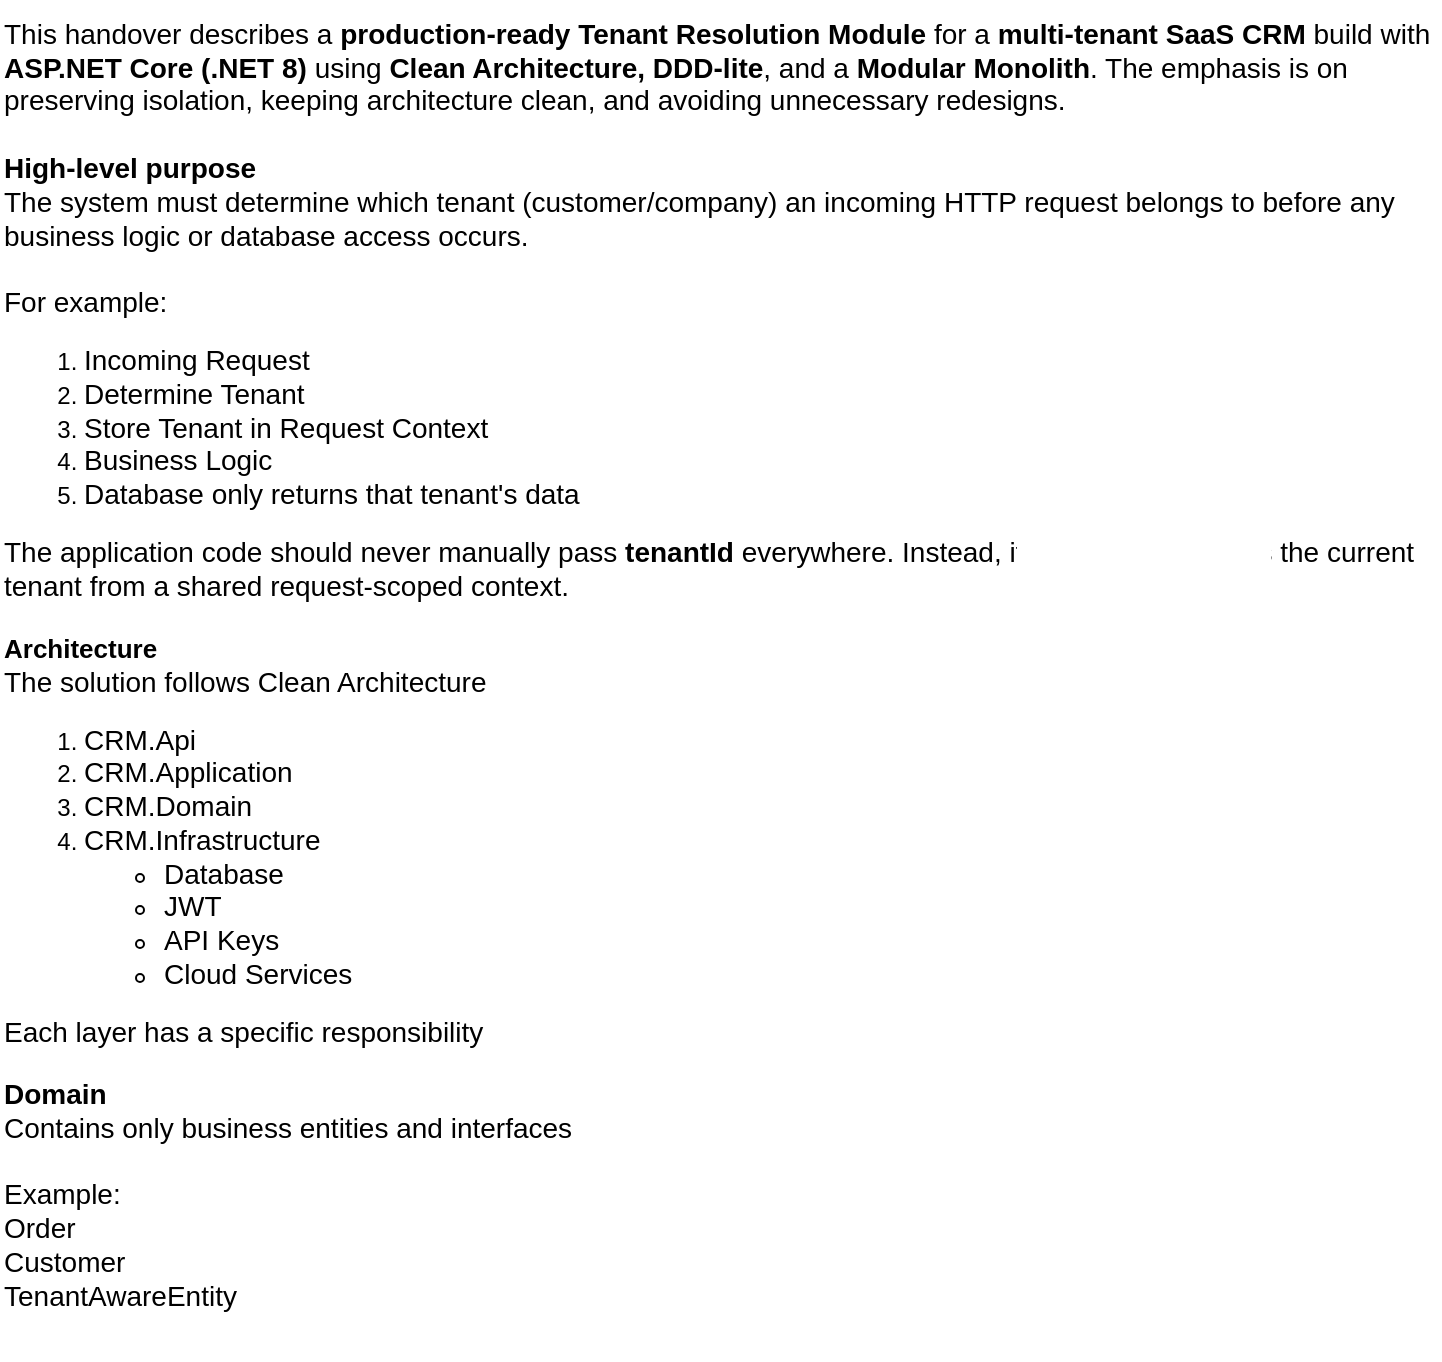
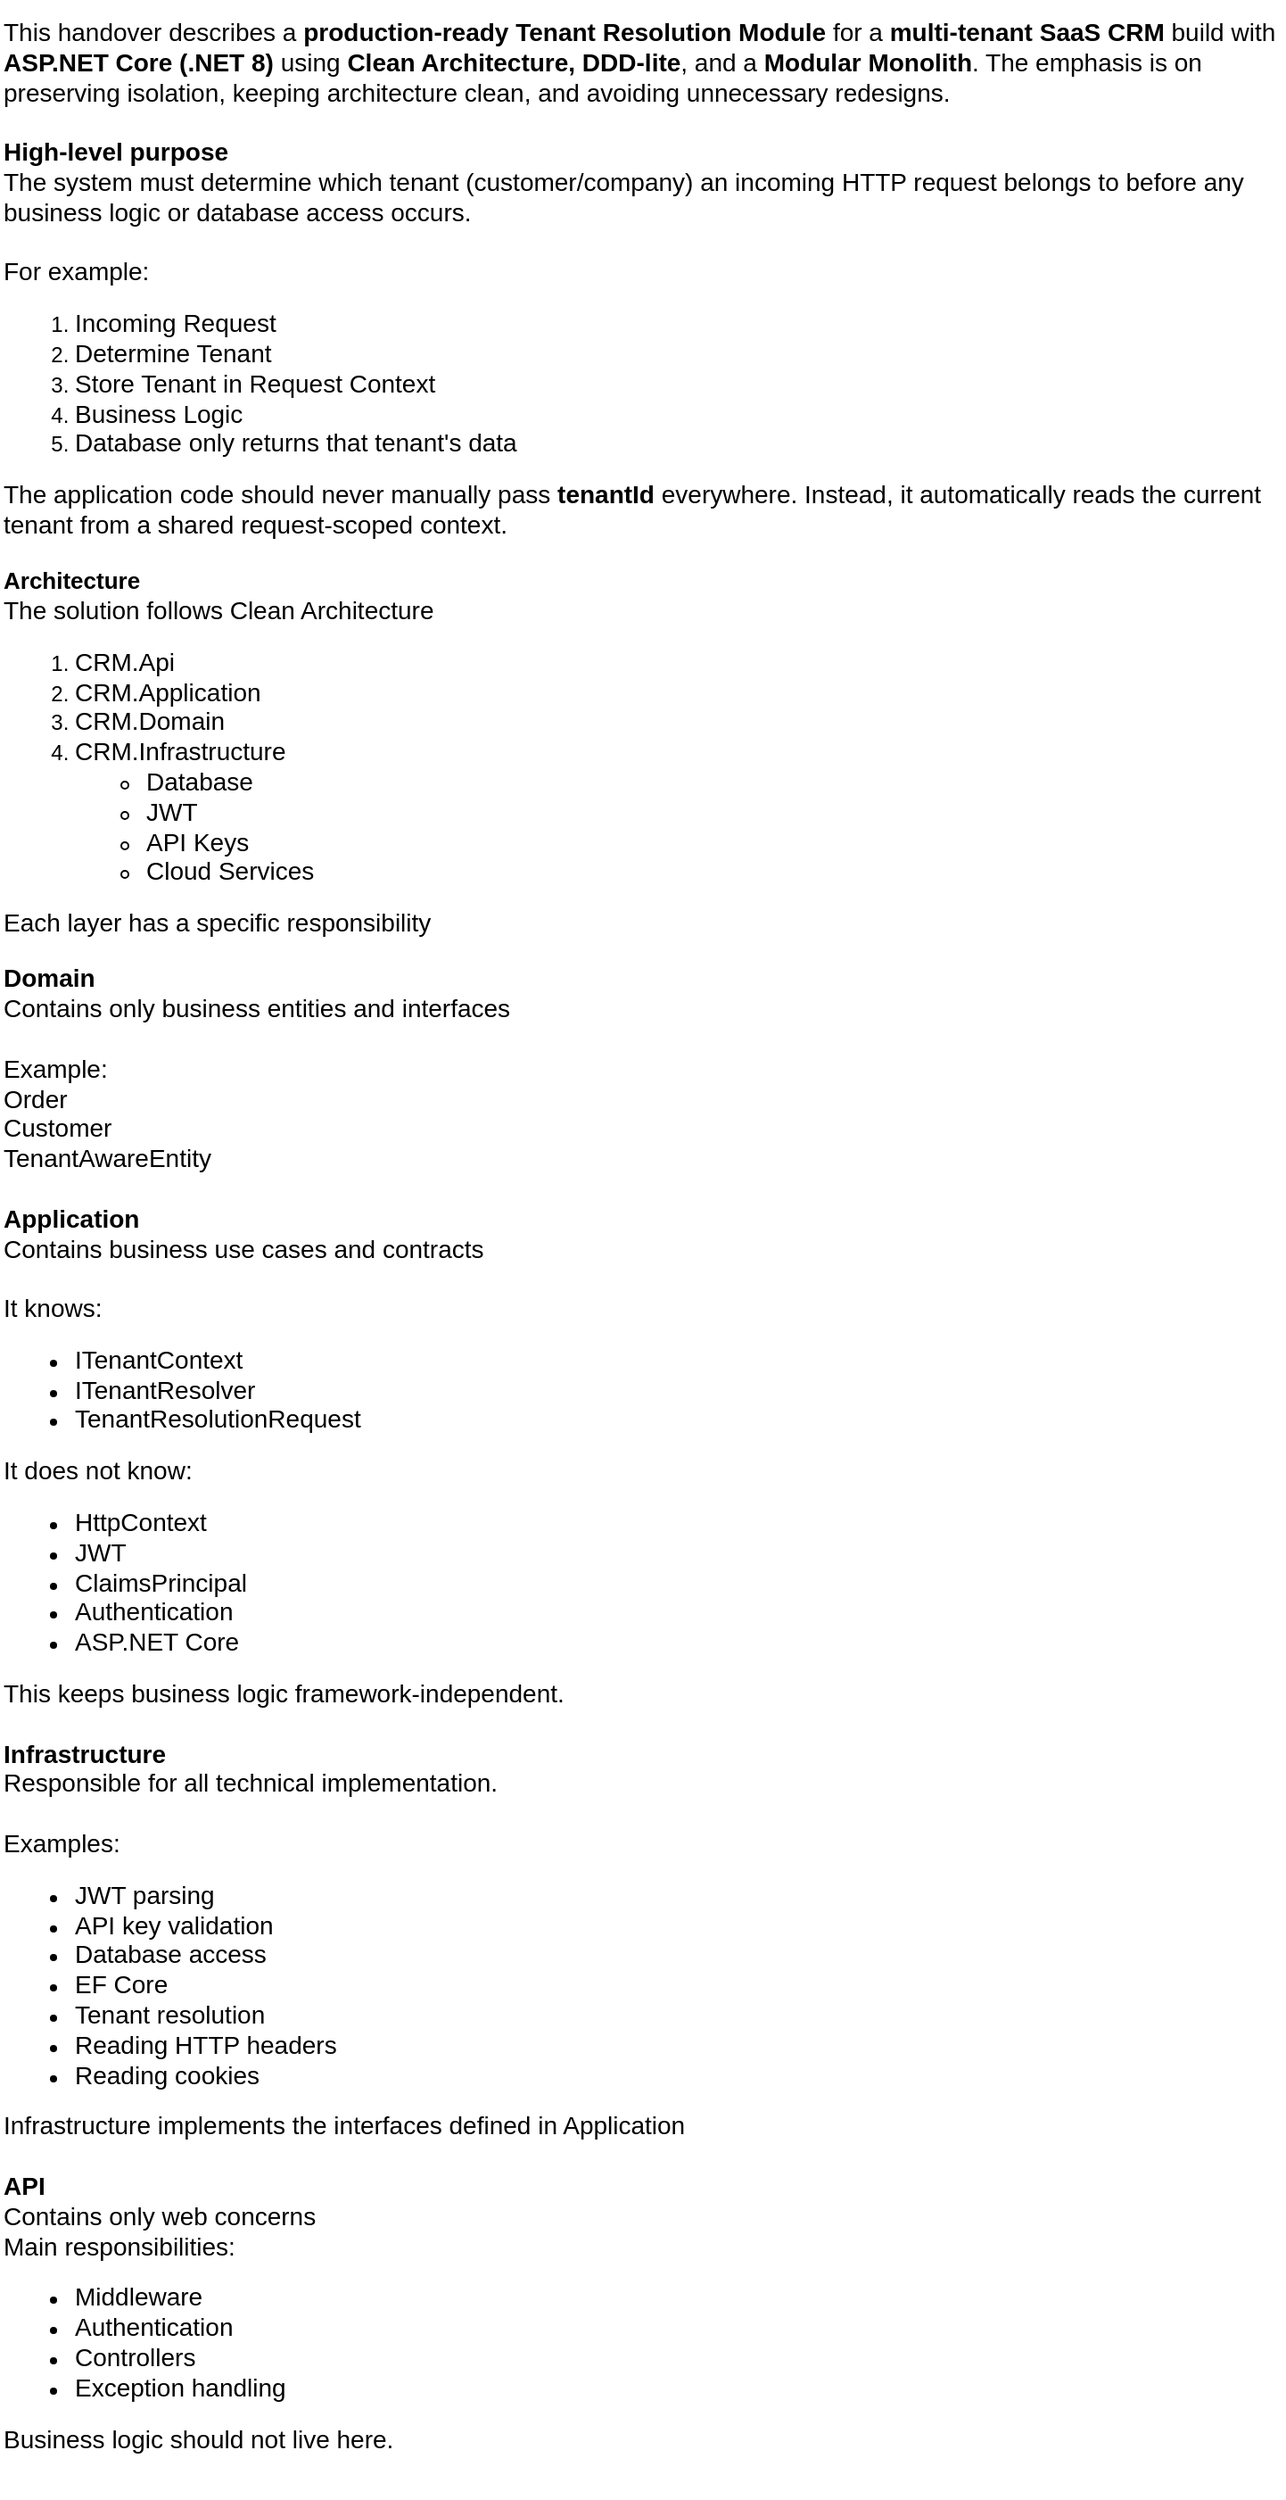
<mxfile host="app.diagrams.net">
  <diagram name="Page-1" id="CElwATwhmrqS2UhVftOB">
    <mxGraphModel dx="2691" dy="700" grid="1" gridSize="10" guides="1" tooltips="1" connect="1" arrows="1" fold="1" page="1" pageScale="1" pageWidth="850" pageHeight="1100" math="0" shadow="0">
      <root>
        <mxCell id="0" />
        <mxCell id="1" parent="0" />
-         <mxCell id="dD3OxyqSIHmNCJqEZoo5-2" parent="1" style="text;html=1;whiteSpace=wrap;strokeColor=none;fillColor=none;align=left;verticalAlign=middle;rounded=0;labelPosition=center;verticalLabelPosition=middle;" value="&lt;div&gt;&lt;font style=&quot;font-size: 14px;&quot;&gt;This handover describes a &lt;b&gt;production-ready Tenant Resolution Module&lt;/b&gt; for a &lt;b&gt;multi-tenant SaaS CRM&lt;/b&gt; build with &lt;b&gt;ASP.NET Core (.NET 8)&lt;/b&gt; using &lt;b&gt;Clean Architecture, DDD-lite&lt;/b&gt;, and a &lt;b&gt;Modular Monolith&lt;/b&gt;. The emphasis is on preserving isolation, keeping architecture clean, and avoiding unnecessary redesigns.&lt;/font&gt;&lt;/div&gt;&lt;div&gt;&lt;font style=&quot;font-size: 14px;&quot;&gt;&lt;br&gt;&lt;/font&gt;&lt;/div&gt;&lt;div&gt;&lt;font style=&quot;font-size: 14px;&quot;&gt;&lt;b&gt;High-level purpose&lt;/b&gt;&lt;/font&gt;&lt;/div&gt;&lt;div&gt;&lt;font style=&quot;font-size: 14px;&quot;&gt;The system must determine which tenant (customer/company) an incoming HTTP request belongs to before any business logic or database access occurs.&lt;/font&gt;&lt;/div&gt;&lt;div&gt;&lt;font style=&quot;font-size: 14px;&quot;&gt;&lt;br&gt;&lt;/font&gt;&lt;/div&gt;&lt;div&gt;&lt;font style=&quot;font-size: 14px;&quot;&gt;For example:&lt;/font&gt;&lt;/div&gt;&lt;div&gt;&lt;ol&gt;&lt;li&gt;&lt;font style=&quot;font-size: 14px;&quot;&gt;Incoming Request&lt;/font&gt;&lt;/li&gt;&lt;li&gt;&lt;font style=&quot;font-size: 14px;&quot;&gt;Determine Tenant&amp;nbsp;&lt;/font&gt;&lt;/li&gt;&lt;li&gt;&lt;font style=&quot;font-size: 14px;&quot;&gt;Store Tenant in Request Context&lt;/font&gt;&lt;/li&gt;&lt;li&gt;&lt;font style=&quot;font-size: 14px;&quot;&gt;Business Logic&lt;/font&gt;&lt;/li&gt;&lt;li&gt;&lt;font style=&quot;font-size: 14px;&quot;&gt;Database only returns that tenant&#39;s data&lt;/font&gt;&lt;/li&gt;&lt;/ol&gt;&lt;div&gt;&lt;font style=&quot;font-size: 14px;&quot;&gt;The application code should never manually pass &lt;b&gt;tenantId &lt;/b&gt;everywhere. Instead, it automatically reads the current tenant from a shared request-scoped context.&lt;/font&gt;&lt;/div&gt;&lt;div&gt;&lt;font style=&quot;font-size: 13px;&quot;&gt;&lt;br&gt;&lt;/font&gt;&lt;/div&gt;&lt;div&gt;&lt;font style=&quot;font-size: 13px;&quot;&gt;&lt;b&gt;Architecture&amp;nbsp;&lt;/b&gt;&lt;/font&gt;&lt;/div&gt;&lt;div&gt;&lt;font style=&quot;font-size: 14px;&quot;&gt;The solution follows Clean Architecture&lt;/font&gt;&lt;/div&gt;&lt;div&gt;&lt;ol&gt;&lt;li&gt;&lt;font style=&quot;font-size: 14px;&quot;&gt;CRM.Api&amp;nbsp;&lt;/font&gt;&lt;/li&gt;&lt;li&gt;&lt;font style=&quot;font-size: 14px;&quot;&gt;CRM.Application&lt;/font&gt;&lt;/li&gt;&lt;li&gt;&lt;font style=&quot;font-size: 14px;&quot;&gt;CRM.Domain&lt;/font&gt;&lt;/li&gt;&lt;li&gt;&lt;font style=&quot;font-size: 14px;&quot;&gt;CRM.Infrastructure&lt;/font&gt;&lt;/li&gt;&lt;ul&gt;&lt;li&gt;&lt;font style=&quot;font-size: 14px;&quot;&gt;Database&lt;/font&gt;&lt;/li&gt;&lt;li&gt;&lt;font style=&quot;font-size: 14px;&quot;&gt;JWT&lt;/font&gt;&lt;/li&gt;&lt;li&gt;&lt;font style=&quot;font-size: 14px;&quot;&gt;API Keys&lt;/font&gt;&lt;/li&gt;&lt;li&gt;&lt;font style=&quot;font-size: 14px;&quot;&gt;Cloud Services&lt;/font&gt;&lt;/li&gt;&lt;/ul&gt;&lt;/ol&gt;&lt;div&gt;&lt;font style=&quot;font-size: 14px;&quot;&gt;Each layer has a specific responsibility&lt;/font&gt;&lt;/div&gt;&lt;div&gt;&lt;br&gt;&lt;/div&gt;&lt;div&gt;&lt;font style=&quot;font-size: 14px;&quot;&gt;&lt;b&gt;Domain&amp;nbsp;&lt;/b&gt;&lt;/font&gt;&lt;/div&gt;&lt;div&gt;&lt;font style=&quot;font-size: 14px;&quot;&gt;Contains only business entities and interfaces&lt;/font&gt;&lt;/div&gt;&lt;div&gt;&lt;font style=&quot;font-size: 14px;&quot;&gt;&lt;br&gt;&lt;/font&gt;&lt;/div&gt;&lt;div&gt;&lt;font style=&quot;font-size: 14px;&quot;&gt;Example:&lt;/font&gt;&lt;/div&gt;&lt;div&gt;&lt;font style=&quot;font-size: 14px;&quot;&gt;Order&lt;/font&gt;&lt;/div&gt;&lt;div&gt;&lt;font style=&quot;font-size: 14px;&quot;&gt;Customer&amp;nbsp;&lt;/font&gt;&lt;/div&gt;&lt;div&gt;&lt;font style=&quot;font-size: 14px;&quot;&gt;TenantAwareEntity&lt;/font&gt;&lt;/div&gt;&lt;/div&gt;&lt;/div&gt;&lt;div&gt;&lt;font style=&quot;font-size: 13px;&quot;&gt;&lt;br&gt;&lt;/font&gt;&lt;/div&gt;" vertex="1">
-           <mxGeometry height="680" width="720" x="-520" y="80" as="geometry" />
+         <mxCell id="dD3OxyqSIHmNCJqEZoo5-2" parent="1" style="text;html=1;whiteSpace=wrap;strokeColor=none;fillColor=none;align=left;verticalAlign=middle;rounded=0;labelPosition=center;verticalLabelPosition=middle;" value="&lt;div&gt;&lt;font style=&quot;font-size: 14px;&quot;&gt;This handover describes a &lt;b&gt;production-ready Tenant Resolution Module&lt;/b&gt; for a &lt;b&gt;multi-tenant SaaS CRM&lt;/b&gt; build with &lt;b&gt;ASP.NET Core (.NET 8)&lt;/b&gt; using &lt;b&gt;Clean Architecture, DDD-lite&lt;/b&gt;, and a &lt;b&gt;Modular Monolith&lt;/b&gt;. The emphasis is on preserving isolation, keeping architecture clean, and avoiding unnecessary redesigns.&lt;/font&gt;&lt;/div&gt;&lt;div&gt;&lt;font style=&quot;font-size: 14px;&quot;&gt;&lt;br&gt;&lt;/font&gt;&lt;/div&gt;&lt;div&gt;&lt;font style=&quot;font-size: 14px;&quot;&gt;&lt;b&gt;High-level purpose&lt;/b&gt;&lt;/font&gt;&lt;/div&gt;&lt;div&gt;&lt;font style=&quot;font-size: 14px;&quot;&gt;The system must determine which tenant (customer/company) an incoming HTTP request belongs to before any business logic or database access occurs.&lt;/font&gt;&lt;/div&gt;&lt;div&gt;&lt;font style=&quot;font-size: 14px;&quot;&gt;&lt;br&gt;&lt;/font&gt;&lt;/div&gt;&lt;div&gt;&lt;font style=&quot;font-size: 14px;&quot;&gt;For example:&lt;/font&gt;&lt;/div&gt;&lt;div&gt;&lt;ol&gt;&lt;li&gt;&lt;font style=&quot;font-size: 14px;&quot;&gt;Incoming Request&lt;/font&gt;&lt;/li&gt;&lt;li&gt;&lt;font style=&quot;font-size: 14px;&quot;&gt;Determine Tenant&amp;nbsp;&lt;/font&gt;&lt;/li&gt;&lt;li&gt;&lt;font style=&quot;font-size: 14px;&quot;&gt;Store Tenant in Request Context&lt;/font&gt;&lt;/li&gt;&lt;li&gt;&lt;font style=&quot;font-size: 14px;&quot;&gt;Business Logic&lt;/font&gt;&lt;/li&gt;&lt;li&gt;&lt;font style=&quot;font-size: 14px;&quot;&gt;Database only returns that tenant&#39;s data&lt;/font&gt;&lt;/li&gt;&lt;/ol&gt;&lt;div&gt;&lt;font style=&quot;font-size: 14px;&quot;&gt;The application code should never manually pass &lt;b&gt;tenantId &lt;/b&gt;everywhere. Instead, it automatically reads the current tenant from a shared request-scoped context.&lt;/font&gt;&lt;/div&gt;&lt;div&gt;&lt;font style=&quot;font-size: 13px;&quot;&gt;&lt;br&gt;&lt;/font&gt;&lt;/div&gt;&lt;div&gt;&lt;font style=&quot;font-size: 13px;&quot;&gt;&lt;b&gt;Architecture&amp;nbsp;&lt;/b&gt;&lt;/font&gt;&lt;/div&gt;&lt;div&gt;&lt;font style=&quot;font-size: 14px;&quot;&gt;The solution follows Clean Architecture&lt;/font&gt;&lt;/div&gt;&lt;div&gt;&lt;ol&gt;&lt;li&gt;&lt;font style=&quot;font-size: 14px;&quot;&gt;CRM.Api&amp;nbsp;&lt;/font&gt;&lt;/li&gt;&lt;li&gt;&lt;font style=&quot;font-size: 14px;&quot;&gt;CRM.Application&lt;/font&gt;&lt;/li&gt;&lt;li&gt;&lt;font style=&quot;font-size: 14px;&quot;&gt;CRM.Domain&lt;/font&gt;&lt;/li&gt;&lt;li&gt;&lt;font style=&quot;font-size: 14px;&quot;&gt;CRM.Infrastructure&lt;/font&gt;&lt;/li&gt;&lt;ul&gt;&lt;li&gt;&lt;font style=&quot;font-size: 14px;&quot;&gt;Database&lt;/font&gt;&lt;/li&gt;&lt;li&gt;&lt;font style=&quot;font-size: 14px;&quot;&gt;JWT&lt;/font&gt;&lt;/li&gt;&lt;li&gt;&lt;font style=&quot;font-size: 14px;&quot;&gt;API Keys&lt;/font&gt;&lt;/li&gt;&lt;li&gt;&lt;font style=&quot;font-size: 14px;&quot;&gt;Cloud Services&lt;/font&gt;&lt;/li&gt;&lt;/ul&gt;&lt;/ol&gt;&lt;div&gt;&lt;font style=&quot;font-size: 14px;&quot;&gt;Each layer has a specific responsibility&lt;/font&gt;&lt;/div&gt;&lt;div&gt;&lt;br&gt;&lt;/div&gt;&lt;div&gt;&lt;font style=&quot;font-size: 14px;&quot;&gt;&lt;b&gt;Domain&amp;nbsp;&lt;/b&gt;&lt;/font&gt;&lt;/div&gt;&lt;div&gt;&lt;font style=&quot;font-size: 14px;&quot;&gt;Contains only business entities and interfaces&lt;/font&gt;&lt;/div&gt;&lt;div&gt;&lt;font style=&quot;font-size: 14px;&quot;&gt;&lt;br&gt;&lt;/font&gt;&lt;/div&gt;&lt;div&gt;&lt;font style=&quot;font-size: 14px;&quot;&gt;Example:&lt;/font&gt;&lt;/div&gt;&lt;div&gt;&lt;font style=&quot;font-size: 14px;&quot;&gt;Order&lt;/font&gt;&lt;/div&gt;&lt;div&gt;&lt;font style=&quot;font-size: 14px;&quot;&gt;Customer&amp;nbsp;&lt;/font&gt;&lt;/div&gt;&lt;div&gt;&lt;font style=&quot;font-size: 14px;&quot;&gt;TenantAwareEntity&lt;/font&gt;&lt;/div&gt;&lt;div&gt;&lt;font style=&quot;font-size: 14px;&quot;&gt;&lt;br&gt;&lt;/font&gt;&lt;/div&gt;&lt;div&gt;&lt;font style=&quot;font-size: 14px;&quot;&gt;&lt;b&gt;Application&lt;/b&gt;&lt;/font&gt;&lt;/div&gt;&lt;div&gt;&lt;font style=&quot;font-size: 14px;&quot;&gt;Contains business use cases and contracts&lt;/font&gt;&lt;/div&gt;&lt;div&gt;&lt;font style=&quot;font-size: 14px;&quot;&gt;&lt;br&gt;&lt;/font&gt;&lt;/div&gt;&lt;div&gt;&lt;font style=&quot;font-size: 14px;&quot;&gt;It knows:&lt;/font&gt;&lt;/div&gt;&lt;div&gt;&lt;ul&gt;&lt;li&gt;&lt;font style=&quot;font-size: 14px;&quot;&gt;ITenantContext&lt;/font&gt;&lt;/li&gt;&lt;li&gt;&lt;font style=&quot;font-size: 14px;&quot;&gt;ITenantResolver&lt;/font&gt;&lt;/li&gt;&lt;li&gt;&lt;font style=&quot;font-size: 14px;&quot;&gt;TenantResolutionRequest&lt;/font&gt;&lt;/li&gt;&lt;/ul&gt;&lt;div&gt;&lt;font style=&quot;font-size: 14px;&quot;&gt;It does not know:&lt;/font&gt;&lt;/div&gt;&lt;div&gt;&lt;ul&gt;&lt;li&gt;&lt;font style=&quot;font-size: 14px;&quot;&gt;HttpContext&lt;/font&gt;&lt;/li&gt;&lt;li&gt;&lt;font style=&quot;font-size: 14px;&quot;&gt;JWT&lt;/font&gt;&lt;/li&gt;&lt;li&gt;&lt;font style=&quot;font-size: 14px;&quot;&gt;ClaimsPrincipal&lt;/font&gt;&lt;/li&gt;&lt;li&gt;&lt;font style=&quot;font-size: 14px;&quot;&gt;Authentication&lt;/font&gt;&lt;/li&gt;&lt;li&gt;&lt;font style=&quot;font-size: 14px;&quot;&gt;ASP.NET Core&lt;/font&gt;&lt;/li&gt;&lt;/ul&gt;&lt;div&gt;&lt;font style=&quot;font-size: 14px;&quot;&gt;This keeps business logic framework-independent.&lt;/font&gt;&lt;/div&gt;&lt;div&gt;&lt;font style=&quot;font-size: 14px;&quot;&gt;&lt;br&gt;&lt;/font&gt;&lt;/div&gt;&lt;div&gt;&lt;font style=&quot;font-size: 14px;&quot;&gt;&lt;b&gt;Infrastructure&lt;/b&gt;&lt;/font&gt;&lt;/div&gt;&lt;div&gt;&lt;font style=&quot;font-size: 14px;&quot;&gt;Responsible for all technical implementation.&lt;/font&gt;&lt;/div&gt;&lt;div&gt;&lt;font style=&quot;font-size: 14px;&quot;&gt;&lt;br&gt;&lt;/font&gt;&lt;/div&gt;&lt;div&gt;&lt;font style=&quot;font-size: 14px;&quot;&gt;Examples:&lt;/font&gt;&lt;/div&gt;&lt;div&gt;&lt;ul&gt;&lt;li&gt;&lt;font style=&quot;font-size: 14px;&quot;&gt;JWT parsing&lt;/font&gt;&lt;/li&gt;&lt;li&gt;&lt;font style=&quot;font-size: 14px;&quot;&gt;API key validation&lt;/font&gt;&lt;/li&gt;&lt;li&gt;&lt;font style=&quot;font-size: 14px;&quot;&gt;Database access&lt;/font&gt;&lt;/li&gt;&lt;li&gt;&lt;font style=&quot;font-size: 14px;&quot;&gt;EF Core&lt;/font&gt;&lt;/li&gt;&lt;li&gt;&lt;font style=&quot;font-size: 14px;&quot;&gt;Tenant resolution&lt;/font&gt;&lt;/li&gt;&lt;li&gt;&lt;font style=&quot;font-size: 14px;&quot;&gt;Reading HTTP headers&lt;/font&gt;&lt;/li&gt;&lt;li&gt;&lt;font style=&quot;font-size: 14px;&quot;&gt;Reading cookies&lt;/font&gt;&lt;/li&gt;&lt;/ul&gt;&lt;div&gt;&lt;font style=&quot;font-size: 14px;&quot;&gt;Infrastructure implements the interfaces defined in Application&lt;/font&gt;&lt;/div&gt;&lt;/div&gt;&lt;/div&gt;&lt;/div&gt;&lt;div&gt;&lt;font style=&quot;font-size: 14px;&quot;&gt;&lt;br&gt;&lt;/font&gt;&lt;/div&gt;&lt;div&gt;&lt;font style=&quot;font-size: 14px;&quot;&gt;&lt;b&gt;API&amp;nbsp;&lt;/b&gt;&lt;/font&gt;&lt;/div&gt;&lt;div&gt;&lt;font style=&quot;font-size: 14px;&quot;&gt;Contains only web concerns&lt;/font&gt;&lt;/div&gt;&lt;div&gt;&lt;font style=&quot;font-size: 14px;&quot;&gt;Main responsibilities:&lt;/font&gt;&lt;/div&gt;&lt;div&gt;&lt;ul&gt;&lt;li&gt;&lt;font style=&quot;font-size: 14px;&quot;&gt;Middleware&amp;nbsp;&lt;/font&gt;&lt;/li&gt;&lt;li&gt;&lt;font style=&quot;font-size: 14px;&quot;&gt;Authentication&lt;/font&gt;&lt;/li&gt;&lt;li&gt;&lt;font style=&quot;font-size: 14px;&quot;&gt;Controllers&lt;/font&gt;&lt;/li&gt;&lt;li&gt;&lt;font style=&quot;font-size: 14px;&quot;&gt;Exception handling&lt;/font&gt;&lt;/li&gt;&lt;/ul&gt;&lt;div&gt;&lt;font style=&quot;font-size: 14px;&quot;&gt;Business logic should not live here.&lt;/font&gt;&lt;/div&gt;&lt;/div&gt;&lt;/div&gt;&lt;/div&gt;&lt;div&gt;&lt;font style=&quot;font-size: 13px;&quot;&gt;&lt;br&gt;&lt;/font&gt;&lt;/div&gt;" vertex="1">
+           <mxGeometry height="1400" width="720" x="-520" y="80" as="geometry" />
        </mxCell>
      </root>
    </mxGraphModel>
  </diagram>
</mxfile>
